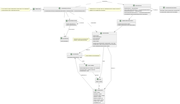
This is docs/sprint2/us004/03.design/svg/us004-class-diagram.svg from tiagosoa/lei-24-s2-1dgh-g073, a PlantUML export, as it was before one commit. The source it was exported from:
```plantuml
@startuml
skinparam packageStyle rectangle
skinparam shadowing false
skinparam linetype polyline

skinparam classAttributeIconSize 0


class ApplicationSession
{
    + static getInstance()
    + getCurrentSession()
}

class UserSession
{
    + getUserEmail()
}

class Collaborator {
    - name: String
    - birthdate: String
    - admission date: String
    - address: String
    - mobile Contact: int
    - email contact: String
    - ID doc type: String
    - ID number: int
}

class SkillAssigner {
    + getCollaborator(ID number: int): boolean
    + getSkill(name: String): boolean
    + assignSkill(): void
}

class Skill {
    - name: String
}

class HRManager {
    + manageCollaborators(): void
}

class CollaboratorRepository {
   + boolean save(Collaborator collaborator)
   + Collaborator findByID(int IDnumber)
 }

 class Organization {
   - String name
   - String vatNumber
   - String address
   - String phone
   - String email
   + assignSkill(Collaborator collaborator, Skill skill)
   + Collaborator findCollaboratorByID(int IDnumber)
   + Skill findSkillByName(String name)
 }

 class OrganizationRepository {
   + findByName(String name)
   + findByVatNumber(String vatNumber)
 }

 class Repositories {
   + getInstance() : Repositories
   + getCollaboratorRepository() : CollaboratorRepository
   + getSkillRepository() : SkillRepository
   + getOrganizationRepository() : OrganizationRepository
   + Collaborator findCollaboratorByID(int IDnumber)
 }

 class AssignSkillController {
   + AssignSkillController(organizationRepository, skillRepository, collaboratorRepository)
 }

SkillAssigner -- Skill: assigns
Skill --> Collaborator: to
HRManager --> SkillAssigner: Uses


Repositories -> Repositories : instance
ApplicationSession -> ApplicationSession : instance
AssignSkillUI .> AssignSkillController

AssignSkillController .> Repositories : repositories

Repositories --> "1" OrganizationRepository

OrganizationRepository --> "*" Organization
ApplicationSession --> "1" UserSession : userSession

AssignSkillController ..> "1" Organization : organization
AssignSkillController ..> ApplicationSession
AssignSkillController ..> UserSession
Collaborator --> HRManager : registered by

Organization --> "*" HRManager : employs
Organization --> "*" Collaborator : employs
Organization --> "*" Skill : owns

note right of AssignSkillController
  - Collaborator ID and Skill name are obtained from the HRM's selection
  - Updates the Collaborator Repository
end note

note right of HRManager
  - HRM initiates skill assignment
end note

note left of AssignSkillUI
  - UI for HRM to select collaborator(s) and skill(s) to be assigned
  - Communicates with AssignSkillController
end note

note left of Organization
  - Manages skills and collaborators
  - Handles organizational details
end note
@enduml
```
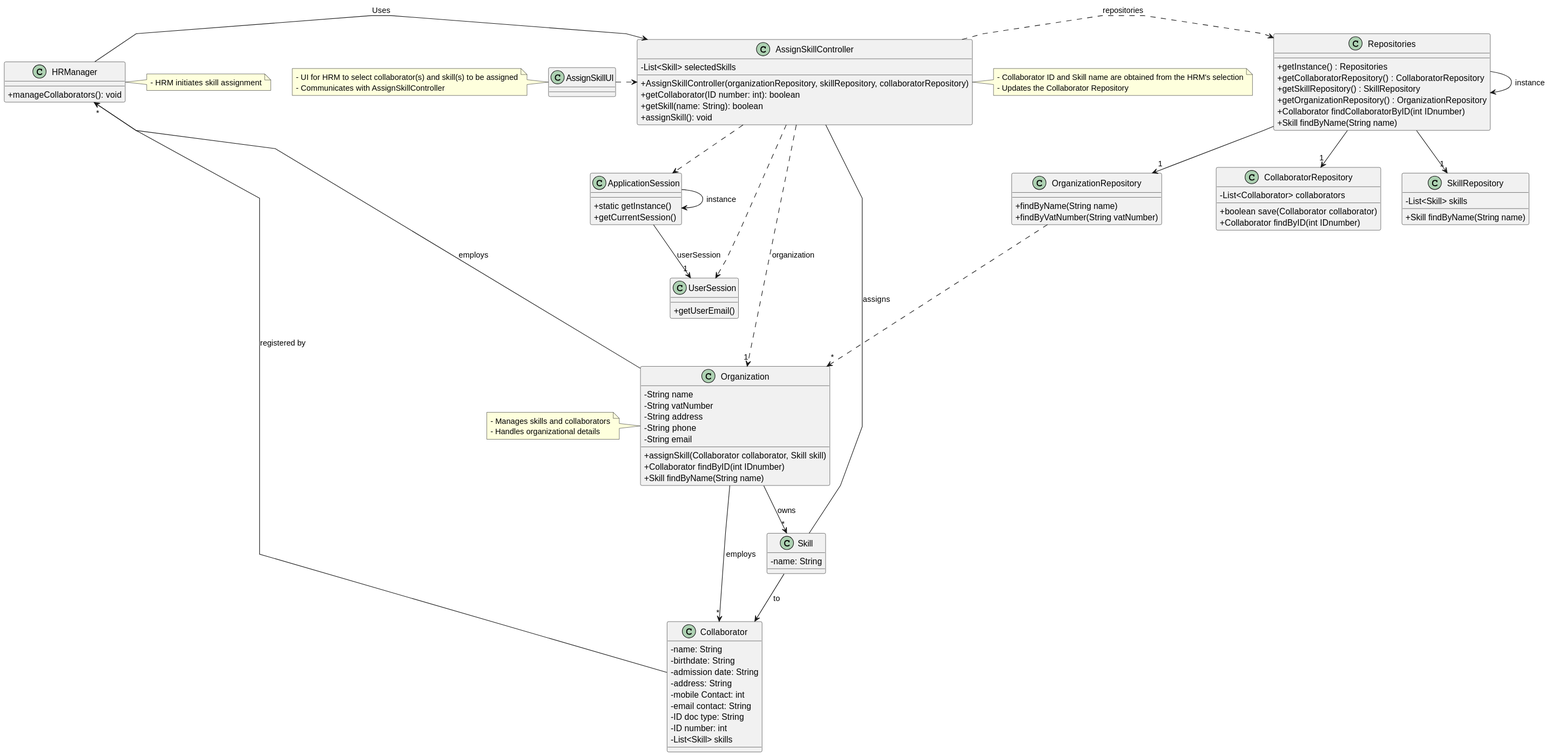
The same file after the commit.

The edit, as a diff of the source:
```diff
@@ -26,9 +26,12 @@
     - email contact: String
     - ID doc type: String
     - ID number: int
+    - List<Skill> skills
 }
 
-class SkillAssigner {
+class AssignSkillController {
+    - List<Skill> selectedSkills
+    + AssignSkillController(organizationRepository, skillRepository, collaboratorRepository)
     + getCollaborator(ID number: int): boolean
     + getSkill(name: String): boolean
     + assignSkill(): void
@@ -43,9 +46,15 @@
 }
 
 class CollaboratorRepository {
+   - List<Collaborator> collaborators
    + boolean save(Collaborator collaborator)
    + Collaborator findByID(int IDnumber)
  }
+
+ class SkillRepository {
+    - List<Skill> skills
+    + Skill findByName(String name)
+  }
 
  class Organization {
    - String name
@@ -54,8 +63,8 @@
    - String phone
    - String email
    + assignSkill(Collaborator collaborator, Skill skill)
-   + Collaborator findCollaboratorByID(int IDnumber)
-   + Skill findSkillByName(String name)
+   + Collaborator findByID(int IDnumber)
+   + Skill findByName(String name)
  }
 
  class OrganizationRepository {
@@ -69,15 +78,15 @@
    + getSkillRepository() : SkillRepository
    + getOrganizationRepository() : OrganizationRepository
    + Collaborator findCollaboratorByID(int IDnumber)
+   + Skill findByName(String name)
  }
 
- class AssignSkillController {
-   + AssignSkillController(organizationRepository, skillRepository, collaboratorRepository)
+ class AssignSkillUI {
  }
 
-SkillAssigner -- Skill: assigns
+AssignSkillController -- Skill: assigns
 Skill --> Collaborator: to
-HRManager --> SkillAssigner: Uses
+HRManager -> AssignSkillController: Uses
 
 
 Repositories -> Repositories : instance
@@ -87,8 +96,10 @@
 AssignSkillController .> Repositories : repositories
 
 Repositories --> "1" OrganizationRepository
+Repositories --> "1" CollaboratorRepository
+Repositories --> "1" SkillRepository
 
-OrganizationRepository --> "*" Organization
+OrganizationRepository ...> "*" Organization
 ApplicationSession --> "1" UserSession : userSession
 
 AssignSkillController ..> "1" Organization : organization
```
